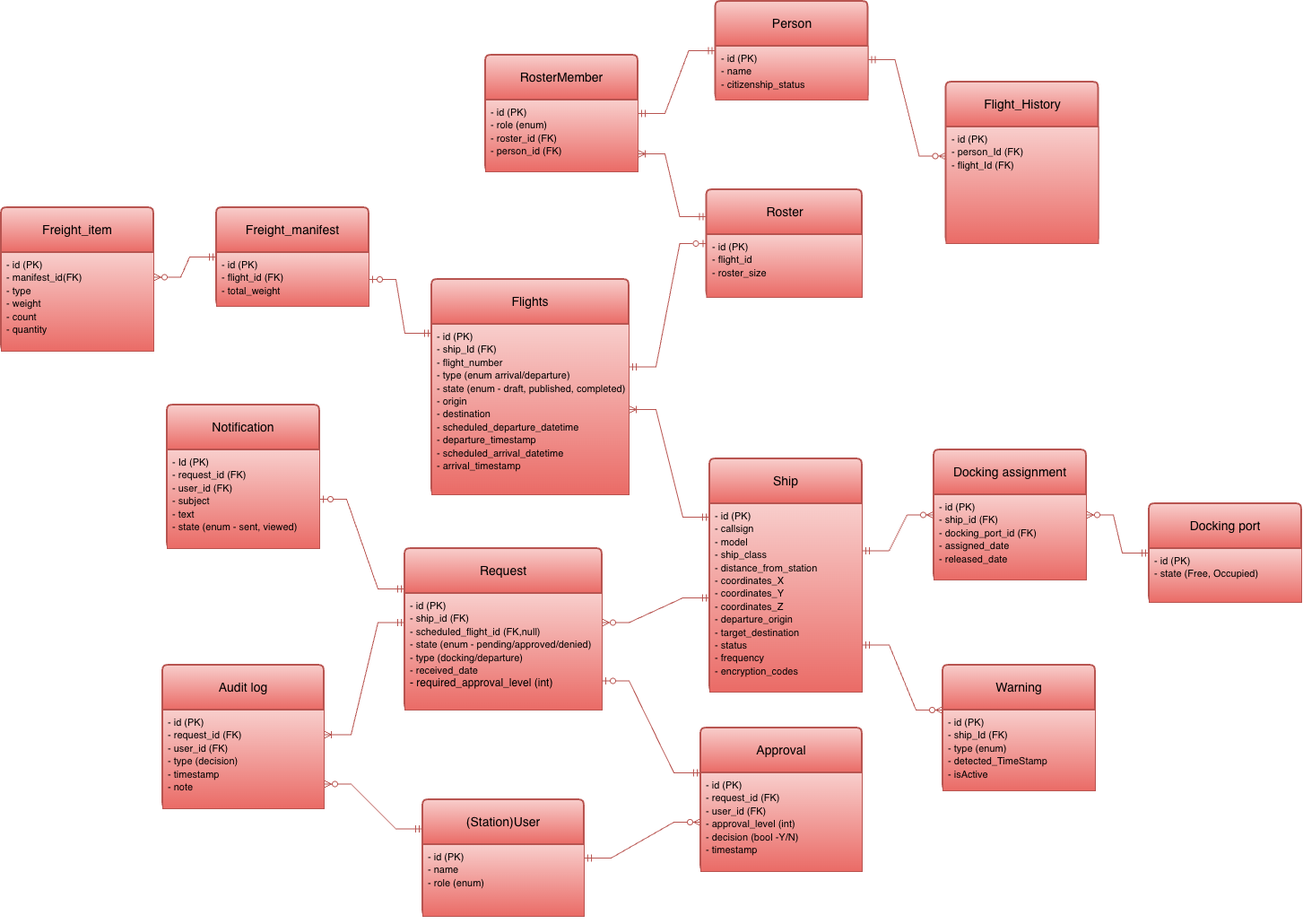
The draw.io diagram Spacedock_ERD.drawio.png in Casual159/SpaceDock-home-assignment, before a commit. Source tidied: cells renumbered, new cells last; positions are measured from the earlier drawing's top-left corner, leaving out a move shared by most shapes.
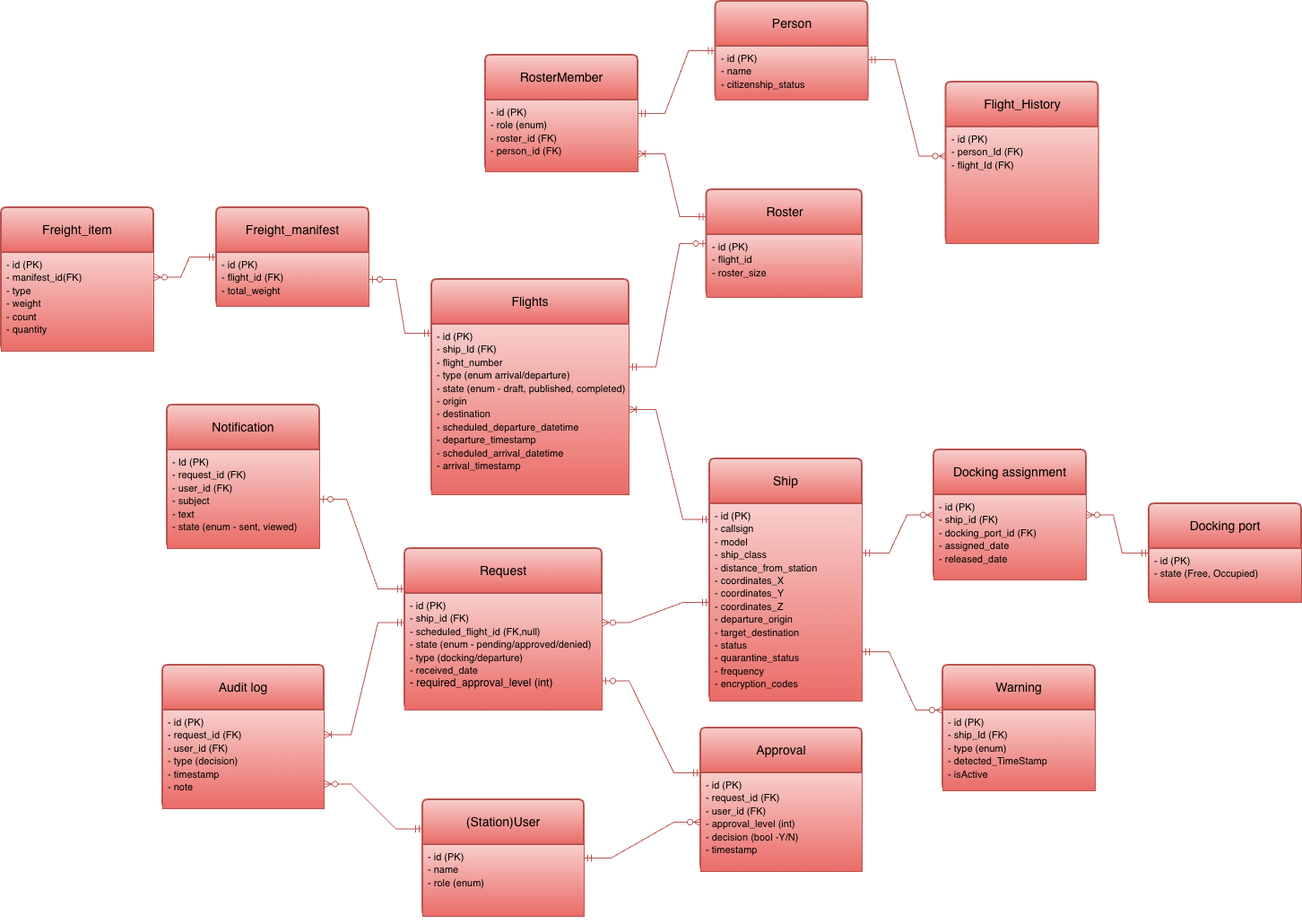
After the change.

Diff of the diagram source:
```diff
@@ -3,10 +3,10 @@
     <mxCell id="0" />
     <mxCell id="1" parent="0" />
     <mxCell id="2" value="Ship" style="swimlane;horizontal=1;startSize=50;rounded=1;fontSize=14;fontStyle=0;strokeWidth=2;shadow=0;dashed=0;align=center;arcSize=4;whiteSpace=wrap;html=1;fillColor=#f8cecc;strokeColor=#b85450;gradientColor=#ea6b66;" parent="1" vertex="1">
-      <mxGeometry x="790" y="510" width="170" height="260" as="geometry" />
+      <mxGeometry x="790" y="510" width="170" height="270" as="geometry" />
     </mxCell>
-    <mxCell id="3" value="&lt;span style=&quot;font-size: 11px; text-align: center; text-wrap-mode: nowrap;&quot;&gt;- id (PK)&lt;/span&gt;&lt;div&gt;&lt;span style=&quot;font-size: 11px; text-align: center; text-wrap-mode: nowrap;&quot;&gt;- callsign&lt;/span&gt;&lt;br&gt;&lt;span style=&quot;font-size: 11px; text-align: center; text-wrap-mode: nowrap;&quot;&gt;- model&lt;/span&gt;&lt;br&gt;&lt;span style=&quot;font-size: 11px; text-align: center; text-wrap-mode: nowrap;&quot;&gt;- ship_class&amp;nbsp;&lt;/span&gt;&lt;div&gt;&lt;span style=&quot;font-size: 11px; text-align: center; text-wrap-mode: nowrap;&quot;&gt;- distance_from_station&lt;/span&gt;&lt;span style=&quot;font-size: 11px; text-align: center; text-wrap-mode: nowrap;&quot;&gt;&lt;/span&gt;&lt;/div&gt;&lt;div&gt;&lt;span style=&quot;font-size: 11px; text-align: center; text-wrap-mode: nowrap;&quot;&gt;-&amp;nbsp;&lt;/span&gt;&lt;span style=&quot;font-size: 11px; text-align: center; text-wrap-mode: nowrap; background-color: transparent; color: light-dark(rgb(0, 0, 0), rgb(255, 255, 255));&quot;&gt;coordinates_X&lt;/span&gt;&lt;/div&gt;&lt;div&gt;&lt;span style=&quot;text-wrap-mode: nowrap; font-size: 11px; text-align: center;&quot;&gt;-&amp;nbsp;&lt;/span&gt;&lt;span style=&quot;color: light-dark(rgb(0, 0, 0), rgb(255, 255, 255)); text-wrap-mode: nowrap; background-color: transparent; font-size: 11px; text-align: center;&quot;&gt;coordinates_Y&lt;/span&gt;&lt;span style=&quot;font-size: 11px; text-align: center; text-wrap-mode: nowrap; background-color: transparent; color: light-dark(rgb(0, 0, 0), rgb(255, 255, 255));&quot;&gt;&lt;/span&gt;&lt;/div&gt;&lt;div&gt;&lt;span style=&quot;text-wrap-mode: nowrap; font-size: 11px; text-align: center;&quot;&gt;-&amp;nbsp;&lt;/span&gt;&lt;span style=&quot;color: light-dark(rgb(0, 0, 0), rgb(255, 255, 255)); text-wrap-mode: nowrap; background-color: transparent; font-size: 11px; text-align: center;&quot;&gt;coordinates_Z&lt;/span&gt;&lt;span style=&quot;color: light-dark(rgb(0, 0, 0), rgb(255, 255, 255)); text-wrap-mode: nowrap; background-color: transparent; font-size: 11px; text-align: center;&quot;&gt;&lt;/span&gt;&lt;/div&gt;&lt;div&gt;&lt;span style=&quot;color: light-dark(rgb(0, 0, 0), rgb(255, 255, 255)); text-wrap-mode: nowrap; background-color: transparent; font-size: 11px; text-align: center;&quot;&gt;-&amp;nbsp;&lt;/span&gt;&lt;span style=&quot;font-size: 11px; text-align: center; text-wrap-mode: nowrap; background-color: transparent; color: light-dark(rgb(0, 0, 0), rgb(255, 255, 255));&quot;&gt;departure_origin&lt;/span&gt;&lt;/div&gt;&lt;div&gt;&lt;span style=&quot;font-size: 11px; text-align: center; text-wrap-mode: nowrap; background-color: transparent; color: light-dark(rgb(0, 0, 0), rgb(255, 255, 255));&quot;&gt;-&amp;nbsp;&lt;/span&gt;&lt;span style=&quot;font-size: 11px; text-align: center; text-wrap-mode: nowrap; background-color: transparent; color: light-dark(rgb(0, 0, 0), rgb(255, 255, 255));&quot;&gt;target_destination&lt;/span&gt;&lt;/div&gt;&lt;div&gt;&lt;span style=&quot;font-size: 11px; text-align: center; text-wrap-mode: nowrap; background-color: transparent; color: light-dark(rgb(0, 0, 0), rgb(255, 255, 255));&quot;&gt;-&amp;nbsp;&lt;/span&gt;&lt;span style=&quot;font-size: 11px; text-align: center; text-wrap-mode: nowrap; background-color: transparent; color: light-dark(rgb(0, 0, 0), rgb(255, 255, 255));&quot;&gt;status&lt;/span&gt;&lt;/div&gt;&lt;div&gt;&lt;span style=&quot;font-size: 11px; text-align: center; text-wrap-mode: nowrap;&quot;&gt;- frequency&lt;/span&gt;&lt;span style=&quot;font-size: 11px; text-align: center; text-wrap-mode: nowrap; background-color: transparent; color: light-dark(rgb(0, 0, 0), rgb(255, 255, 255));&quot;&gt;&lt;/span&gt;&lt;/div&gt;&lt;div&gt;&lt;span style=&quot;font-size: 11px; text-align: center; text-wrap-mode: nowrap;&quot;&gt;-&amp;nbsp;&lt;/span&gt;&lt;span style=&quot;font-size: 11px; text-align: center; text-wrap-mode: nowrap; background-color: transparent; color: light-dark(rgb(0, 0, 0), rgb(255, 255, 255));&quot;&gt;encryption_codes&lt;/span&gt;&lt;/div&gt;&lt;div&gt;&lt;br&gt;&lt;/div&gt;&lt;div&gt;&lt;span style=&quot;font-size: 11px; text-align: center; text-wrap-mode: nowrap; background-color: transparent; color: light-dark(rgb(0, 0, 0), rgb(255, 255, 255));&quot;&gt;&lt;br&gt;&lt;/span&gt;&lt;/div&gt;&lt;div&gt;&lt;span style=&quot;color: light-dark(rgb(0, 0, 0), rgb(255, 255, 255)); text-wrap-mode: nowrap; background-color: transparent; font-size: 11px; text-align: center;&quot;&gt;&lt;br&gt;&lt;/span&gt;&lt;/div&gt;&lt;div&gt;&lt;span style=&quot;font-size: 11px; text-align: center; text-wrap-mode: nowrap;&quot;&gt;&lt;br&gt;&lt;/span&gt;&lt;/div&gt;&lt;/div&gt;" style="align=left;spacingLeft=4;spacingRight=4;fontSize=12;verticalAlign=top;html=1;whiteSpace=wrap;fillColor=#f8cecc;strokeColor=#b85450;gradientColor=#ea6b66;" parent="2" vertex="1">
-      <mxGeometry y="50" width="170" height="210" as="geometry" />
+    <mxCell id="3" value="&lt;span style=&quot;font-size: 11px; text-align: center; text-wrap-mode: nowrap;&quot;&gt;- id (PK)&lt;/span&gt;&lt;div&gt;&lt;span style=&quot;font-size: 11px; text-align: center; text-wrap-mode: nowrap;&quot;&gt;- callsign&lt;/span&gt;&lt;br&gt;&lt;span style=&quot;font-size: 11px; text-align: center; text-wrap-mode: nowrap;&quot;&gt;- model&lt;/span&gt;&lt;br&gt;&lt;span style=&quot;font-size: 11px; text-align: center; text-wrap-mode: nowrap;&quot;&gt;- ship_class&amp;nbsp;&lt;/span&gt;&lt;div&gt;&lt;span style=&quot;font-size: 11px; text-align: center; text-wrap-mode: nowrap;&quot;&gt;- distance_from_station&lt;/span&gt;&lt;span style=&quot;font-size: 11px; text-align: center; text-wrap-mode: nowrap;&quot;&gt;&lt;/span&gt;&lt;/div&gt;&lt;div&gt;&lt;span style=&quot;font-size: 11px; text-align: center; text-wrap-mode: nowrap;&quot;&gt;-&amp;nbsp;&lt;/span&gt;&lt;span style=&quot;font-size: 11px; text-align: center; text-wrap-mode: nowrap; background-color: transparent; color: light-dark(rgb(0, 0, 0), rgb(255, 255, 255));&quot;&gt;coordinates_X&lt;/span&gt;&lt;/div&gt;&lt;div&gt;&lt;span style=&quot;text-wrap-mode: nowrap; font-size: 11px; text-align: center;&quot;&gt;-&amp;nbsp;&lt;/span&gt;&lt;span style=&quot;color: light-dark(rgb(0, 0, 0), rgb(255, 255, 255)); text-wrap-mode: nowrap; background-color: transparent; font-size: 11px; text-align: center;&quot;&gt;coordinates_Y&lt;/span&gt;&lt;span style=&quot;font-size: 11px; text-align: center; text-wrap-mode: nowrap; background-color: transparent; color: light-dark(rgb(0, 0, 0), rgb(255, 255, 255));&quot;&gt;&lt;/span&gt;&lt;/div&gt;&lt;div&gt;&lt;span style=&quot;text-wrap-mode: nowrap; font-size: 11px; text-align: center;&quot;&gt;-&amp;nbsp;&lt;/span&gt;&lt;span style=&quot;color: light-dark(rgb(0, 0, 0), rgb(255, 255, 255)); text-wrap-mode: nowrap; background-color: transparent; font-size: 11px; text-align: center;&quot;&gt;coordinates_Z&lt;/span&gt;&lt;span style=&quot;color: light-dark(rgb(0, 0, 0), rgb(255, 255, 255)); text-wrap-mode: nowrap; background-color: transparent; font-size: 11px; text-align: center;&quot;&gt;&lt;/span&gt;&lt;/div&gt;&lt;div&gt;&lt;span style=&quot;color: light-dark(rgb(0, 0, 0), rgb(255, 255, 255)); text-wrap-mode: nowrap; background-color: transparent; font-size: 11px; text-align: center;&quot;&gt;-&amp;nbsp;&lt;/span&gt;&lt;span style=&quot;font-size: 11px; text-align: center; text-wrap-mode: nowrap; background-color: transparent; color: light-dark(rgb(0, 0, 0), rgb(255, 255, 255));&quot;&gt;departure_origin&lt;/span&gt;&lt;/div&gt;&lt;div&gt;&lt;span style=&quot;font-size: 11px; text-align: center; text-wrap-mode: nowrap; background-color: transparent; color: light-dark(rgb(0, 0, 0), rgb(255, 255, 255));&quot;&gt;-&amp;nbsp;&lt;/span&gt;&lt;span style=&quot;font-size: 11px; text-align: center; text-wrap-mode: nowrap; background-color: transparent; color: light-dark(rgb(0, 0, 0), rgb(255, 255, 255));&quot;&gt;target_destination&lt;/span&gt;&lt;/div&gt;&lt;div&gt;&lt;span style=&quot;font-size: 11px; text-align: center; text-wrap-mode: nowrap; background-color: transparent; color: light-dark(rgb(0, 0, 0), rgb(255, 255, 255));&quot;&gt;-&amp;nbsp;&lt;/span&gt;&lt;span style=&quot;font-size: 11px; text-align: center; text-wrap-mode: nowrap; background-color: transparent; color: light-dark(rgb(0, 0, 0), rgb(255, 255, 255));&quot;&gt;status&lt;br&gt;- quarantine_status&lt;/span&gt;&lt;/div&gt;&lt;div&gt;&lt;span style=&quot;font-size: 11px; text-align: center; text-wrap-mode: nowrap;&quot;&gt;- frequency&lt;/span&gt;&lt;span style=&quot;font-size: 11px; text-align: center; text-wrap-mode: nowrap; background-color: transparent; color: light-dark(rgb(0, 0, 0), rgb(255, 255, 255));&quot;&gt;&lt;/span&gt;&lt;/div&gt;&lt;div&gt;&lt;span style=&quot;font-size: 11px; text-align: center; text-wrap-mode: nowrap;&quot;&gt;-&amp;nbsp;&lt;/span&gt;&lt;span style=&quot;font-size: 11px; text-align: center; text-wrap-mode: nowrap; background-color: transparent; color: light-dark(rgb(0, 0, 0), rgb(255, 255, 255));&quot;&gt;encryption_codes&lt;/span&gt;&lt;/div&gt;&lt;div&gt;&lt;br&gt;&lt;/div&gt;&lt;div&gt;&lt;span style=&quot;font-size: 11px; text-align: center; text-wrap-mode: nowrap; background-color: transparent; color: light-dark(rgb(0, 0, 0), rgb(255, 255, 255));&quot;&gt;&lt;br&gt;&lt;/span&gt;&lt;/div&gt;&lt;div&gt;&lt;span style=&quot;color: light-dark(rgb(0, 0, 0), rgb(255, 255, 255)); text-wrap-mode: nowrap; background-color: transparent; font-size: 11px; text-align: center;&quot;&gt;&lt;br&gt;&lt;/span&gt;&lt;/div&gt;&lt;div&gt;&lt;span style=&quot;font-size: 11px; text-align: center; text-wrap-mode: nowrap;&quot;&gt;&lt;br&gt;&lt;/span&gt;&lt;/div&gt;&lt;/div&gt;" style="align=left;spacingLeft=4;spacingRight=4;fontSize=12;verticalAlign=top;html=1;whiteSpace=wrap;fillColor=#f8cecc;strokeColor=#b85450;gradientColor=#ea6b66;" parent="2" vertex="1">
+      <mxGeometry y="50" width="170" height="220" as="geometry" />
     </mxCell>
     <mxCell id="4" style="edgeStyle=entityRelationEdgeStyle;rounded=0;jettySize=auto;html=1;exitX=0;exitY=0.25;exitDx=0;exitDy=0;entryX=1;entryY=0.5;entryDx=0;entryDy=0;fillColor=#f8cecc;gradientColor=#ea6b66;strokeColor=#b85450;startArrow=ERmandOne;startFill=0;endArrow=ERzeroToOne;endFill=0;" parent="1" edge="1" source="5" target="52">
       <mxGeometry relative="1" as="geometry" />
```
